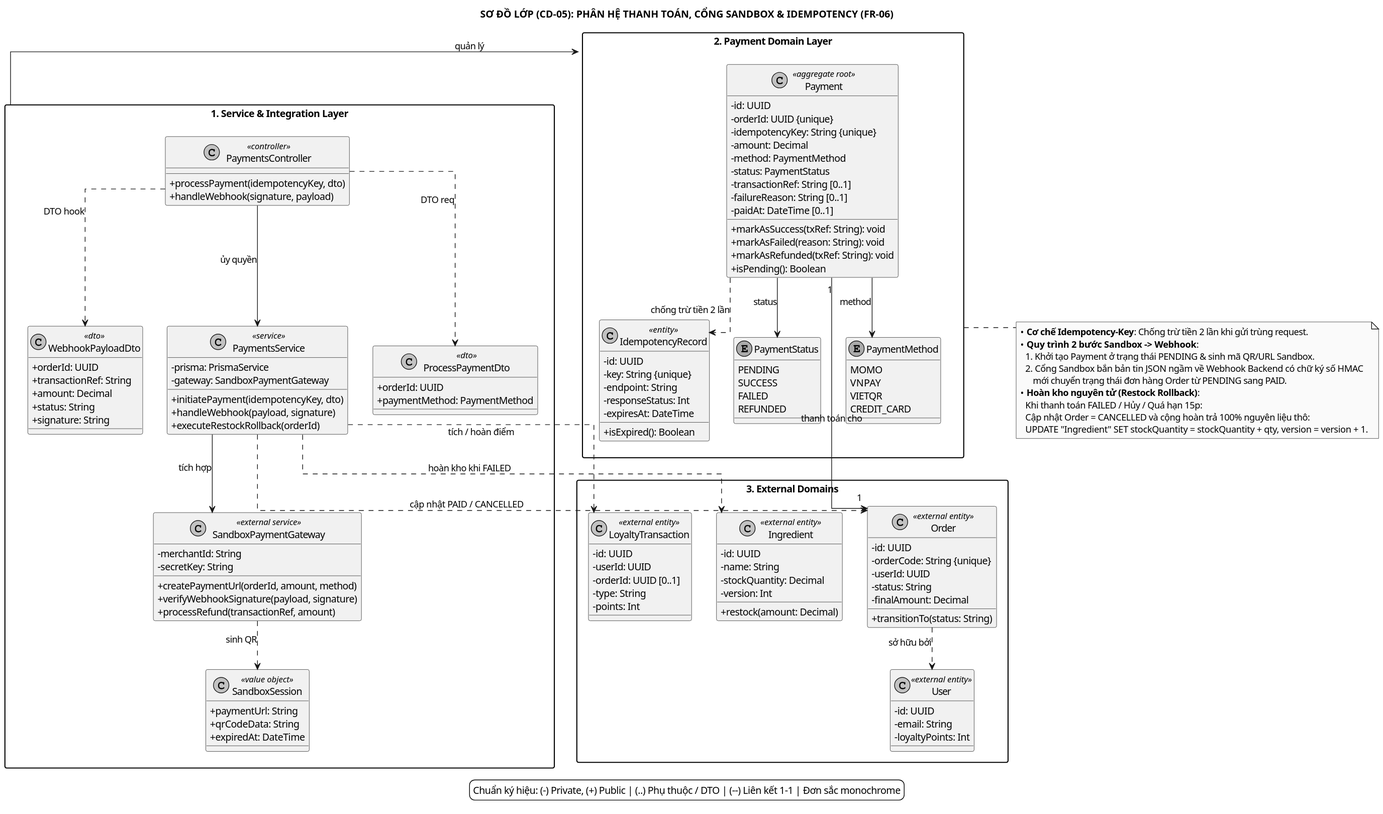
Above: docs/diagrams/class-05-payment.svg in SamuiSang/brewlite2 (PlantUML), before the change. The source it was exported from:
```plantuml
@startuml
skinparam monochrome true
skinparam shadowing false
skinparam backgroundColor white
skinparam defaultFontName "Segoe UI", "Arial", sans-serif

skinparam classAttributeIconSize 0
skinparam linetype ortho
skinparam packageStyle rectangle

title SƠ ĐỒ LỚP (CD-05): PHÂN HỆ THANH TOÁN, CỔNG SANDBOX & IDEMPOTENCY (FR-06)

package "1. Service & Integration Layer" as ServiceLayer {
  class PaymentsController <<controller>> {
    + processPayment(idempotencyKey, dto)
    + handleWebhook(signature, payload)
  }

  class PaymentsService <<service>> {
    - prisma: PrismaService
    - gateway: SandboxPaymentGateway
    + initiatePayment(idempotencyKey, dto)
    + handleWebhook(payload, signature)
    + executeRestockRollback(orderId)
  }

  class SandboxPaymentGateway <<external service>> {
    - merchantId: String
    - secretKey: String
    + createPaymentUrl(orderId, amount, method)
    + verifyWebhookSignature(payload, signature)
    + processRefund(transactionRef, amount)
  }

  class ProcessPaymentDto <<dto>> {
    + orderId: UUID
    + paymentMethod: PaymentMethod
  }

  class WebhookPayloadDto <<dto>> {
    + orderId: UUID
    + transactionRef: String
    + amount: Decimal
    + status: String
    + signature: String
  }

  class SandboxSession <<value object>> {
    + paymentUrl: String
    + qrCodeData: String
    + expiredAt: DateTime
  }

  PaymentsController -down-> PaymentsService : ủy quyền
  PaymentsService -down-> SandboxPaymentGateway : tích hợp
  PaymentsController ..> ProcessPaymentDto : DTO req
  PaymentsController ..> WebhookPayloadDto : DTO hook
  SandboxPaymentGateway ..> SandboxSession : sinh QR
}

package "2. Payment Domain Layer" as PaymentDomain {
  class Payment <<aggregate root>> {
    - id: UUID
    - orderId: UUID {unique}
    - idempotencyKey: String {unique}
    - amount: Decimal
    - method: PaymentMethod
    - status: PaymentStatus
    - transactionRef: String [0..1]
    - failureReason: String [0..1]
    - paidAt: DateTime [0..1]
    + markAsSuccess(txRef: String): void
    + markAsFailed(reason: String): void
    + markAsRefunded(txRef: String): void
    + isPending(): Boolean
  }

  enum PaymentStatus {
    PENDING
    SUCCESS
    FAILED
    REFUNDED
  }

  enum PaymentMethod {
    MOMO
    VNPAY
    VIETQR
    CREDIT_CARD
  }

  class IdempotencyRecord <<entity>> {
    - id: UUID
    - key: String {unique}
    - endpoint: String
    - responseStatus: Int
    - expiresAt: DateTime
    + isExpired(): Boolean
  }

  Payment --> PaymentStatus : status
  Payment --> PaymentMethod : method
  Payment ..> IdempotencyRecord : chống trừ tiền 2 lần
}

package "3. External Domains" as ExternalDomain {
  class Order <<external entity>> {
    - id: UUID
    - orderCode: String {unique}
    - userId: UUID
    - status: String
    - finalAmount: Decimal
    + transitionTo(status: String)
  }

  class Ingredient <<external entity>> {
    - id: UUID
    - name: String
    - stockQuantity: Decimal
    - version: Int
    + restock(amount: Decimal)
  }

  class LoyaltyTransaction <<external entity>> {
    - id: UUID
    - userId: UUID
    - orderId: UUID [0..1]
    - type: String
    - points: Int
  }

  class User <<external entity>> {
    - id: UUID
    - email: String
    - loyaltyPoints: Int
  }

  Order ..> User : sở hữu bởi
}

ServiceLayer -right-> PaymentDomain : quản lý
Payment "1" -right-> "1" Order : thanh toán cho

PaymentsService ..> Order : cập nhật PAID / CANCELLED
PaymentsService ..> Ingredient : hoàn kho khi FAILED
PaymentsService ..> LoyaltyTransaction : tích / hoàn điểm

note bottom of PaymentDomain
  • **Cơ chế Idempotency-Key**: Chống trừ tiền 2 lần khi gửi trùng request.
  • **Quy trình 2 bước Sandbox -> Webhook**:
    1. Khởi tạo Payment ở trạng thái PENDING & sinh mã QR/URL Sandbox.
    2. Cổng Sandbox bắn bản tin JSON ngầm về Webhook Backend có chữ ký số HMAC
       mới chuyển trạng thái đơn hàng Order từ PENDING sang PAID.
  • **Hoàn kho nguyên tử (Restock Rollback)**:
    Khi thanh toán FAILED / Hủy / Quá hạn 15p:
    Cập nhật Order = CANCELLED và cộng hoàn trả 100% nguyên liệu thô:
    UPDATE "Ingredient" SET stockQuantity = stockQuantity + qty, version = version + 1.
end note

legend bottom
  Chuẩn ký hiệu: (-) Private, (+) Public | (..) Phụ thuộc / DTO | (--) Liên kết 1-1 | Đơn sắc monochrome
endlegend
@enduml
```
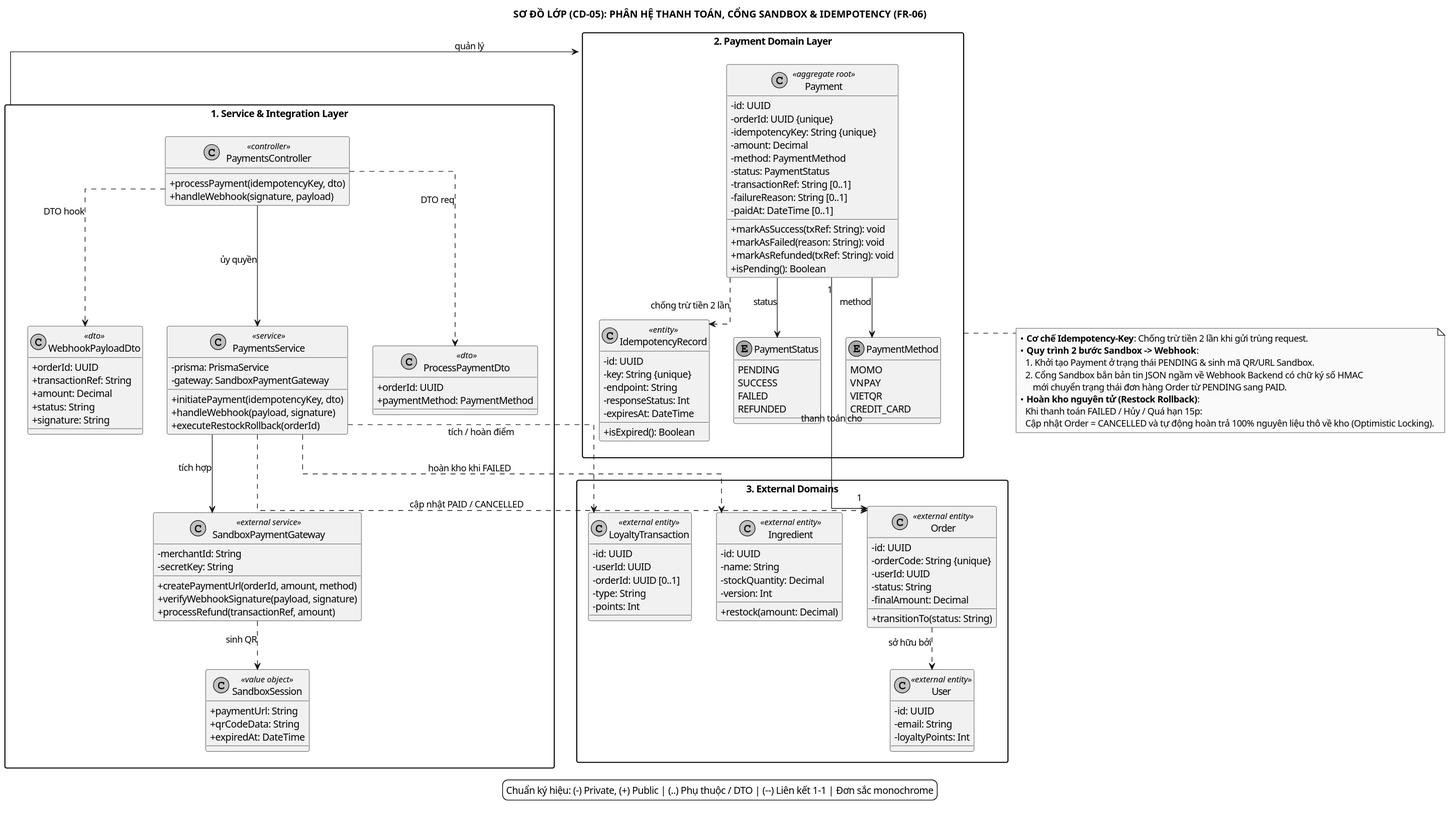
The same diagram one commit later.

Change to the diagram source:
```diff
@@ -153,8 +153,7 @@
        mới chuyển trạng thái đơn hàng Order từ PENDING sang PAID.
   • **Hoàn kho nguyên tử (Restock Rollback)**:
     Khi thanh toán FAILED / Hủy / Quá hạn 15p:
-    Cập nhật Order = CANCELLED và cộng hoàn trả 100% nguyên liệu thô:
-    UPDATE "Ingredient" SET stockQuantity = stockQuantity + qty, version = version + 1.
+    Cập nhật Order = CANCELLED và tự động hoàn trả 100% nguyên liệu thô về kho (Optimistic Locking).
 end note
 
 legend bottom
```
